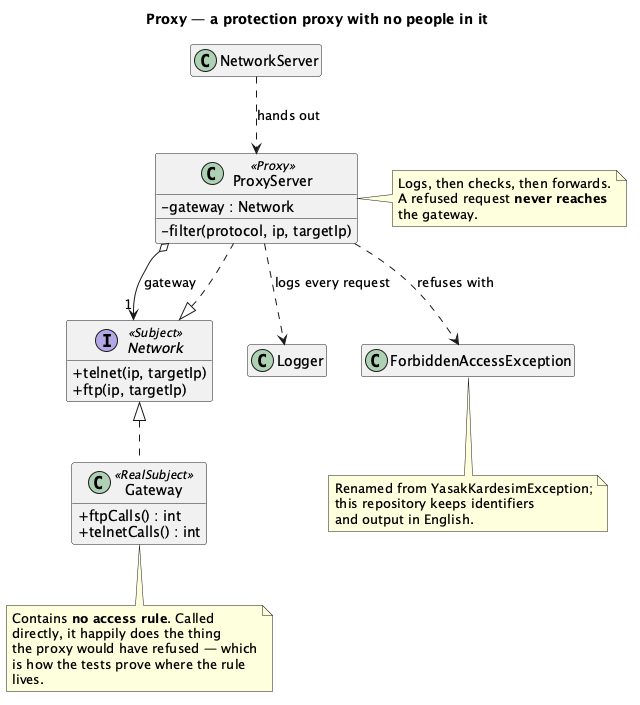
Above: src/main/java/dev/kaldiroglu/dp/structural/proxy/network/uml/Proxy - Network - Class Diagram.png in kaldiroglu/DesignPatternsWithJava (PlantUML), before the change. Its diagram source:
```plantuml
@startuml "Proxy - Network - Class Diagram"
skinparam classAttributeIconSize 0
hide empty members
title Proxy — a protection proxy with no people in it


interface Network <<Subject>> {
  + telnet(ip, targetIp)
  + ftp(ip, targetIp)
}

class Gateway <<RealSubject>> {
  + ftpCalls() : int
  + telnetCalls() : int
}

class ProxyServer <<Proxy>> {
  - gateway : Network
  - filter(protocol, ip, targetIp)
}

class NetworkServer
class Logger
class ForbiddenAccessException

Network <|.. Gateway
Network <|.. ProxyServer
ProxyServer o--> "1" Network : gateway
ProxyServer ..> Logger : logs every request
ProxyServer ..> ForbiddenAccessException : refuses with
NetworkServer ..> ProxyServer : hands out

note right of ProxyServer
  Logs, then checks, then forwards.
  A refused request <b>never reaches</b>
  the gateway.
end note

note bottom of Gateway
  Contains <b>no access rule</b>. Called
  directly, it happily does the thing
  the proxy would have refused — which
  is how the tests prove where the rule
  lives.
end note

note bottom of ForbiddenAccessException
  Renamed from YasakKardesimException;
  this repository keeps identifiers
  and output in English.
end note

@enduml
```
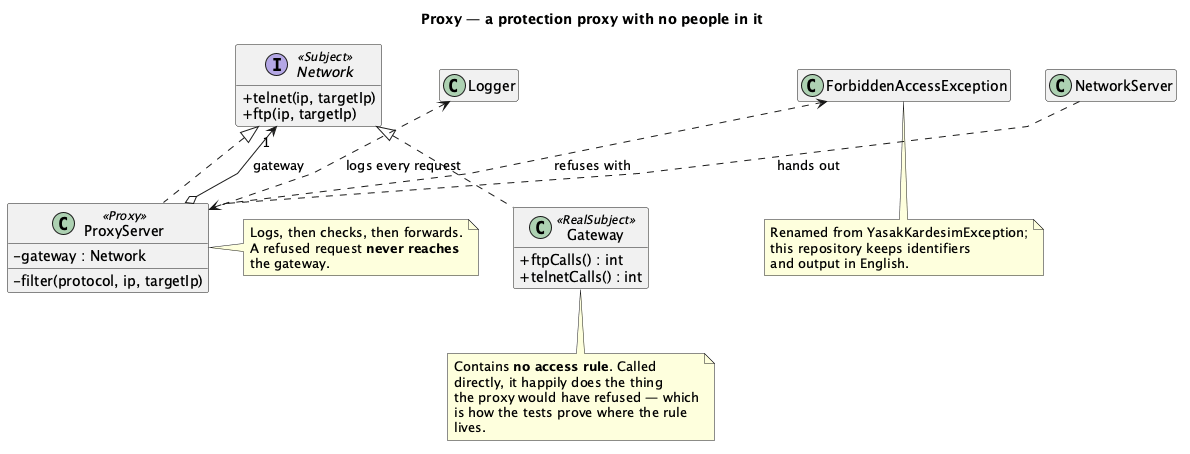
The same diagram one commit later.

The edit, as a diff of the source:
```diff
@@ -1,4 +1,5 @@
-@startuml "Proxy - Network - Class Diagram"
+@startuml
+skinparam linetype polyline
 skinparam classAttributeIconSize 0
 hide empty members
 title Proxy — a protection proxy with no people in it
@@ -25,10 +26,6 @@
 
 Network <|.. Gateway
 Network <|.. ProxyServer
-ProxyServer o--> "1" Network : gateway
-ProxyServer ..> Logger : logs every request
-ProxyServer ..> ForbiddenAccessException : refuses with
-NetworkServer ..> ProxyServer : hands out
 
 note right of ProxyServer
   Logs, then checks, then forwards.
@@ -50,4 +47,8 @@
   and output in English.
 end note
 
+ProxyServer o-[norank]-> "1" Network : gateway
+ProxyServer .[norank].> Logger : logs every request
+ProxyServer .[norank].> ForbiddenAccessException : refuses with
+NetworkServer .[norank].> ProxyServer : hands out
 @enduml
```
